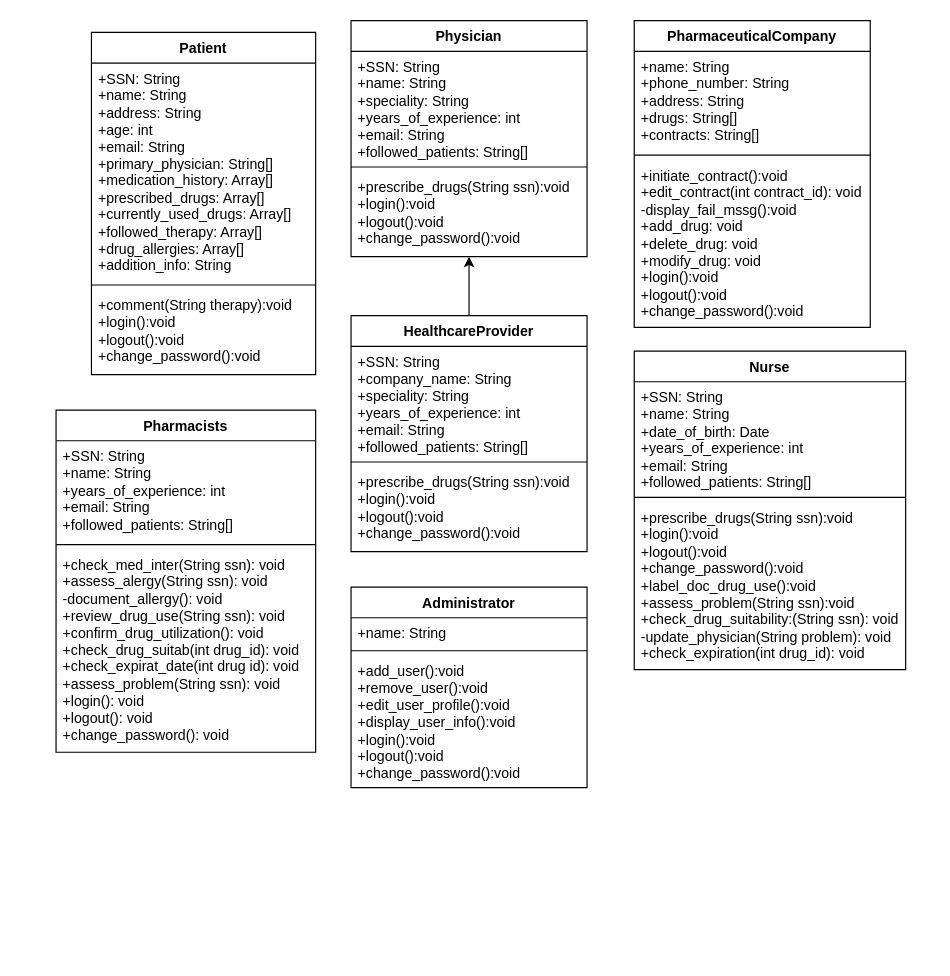
This is 3 Classes UML/classes.drawio from ChrisKabumba/Drug-Dispensing-Tool, a draw.io file, before an edit. Source tidied: cells renumbered, new cells numbered last; positions are measured from the earlier drawing's top-left corner, leaving out a move shared by most shapes. Both pictures are drawn from the tidied source at 118%, with x=0, y=0 at pixel (55, 20).
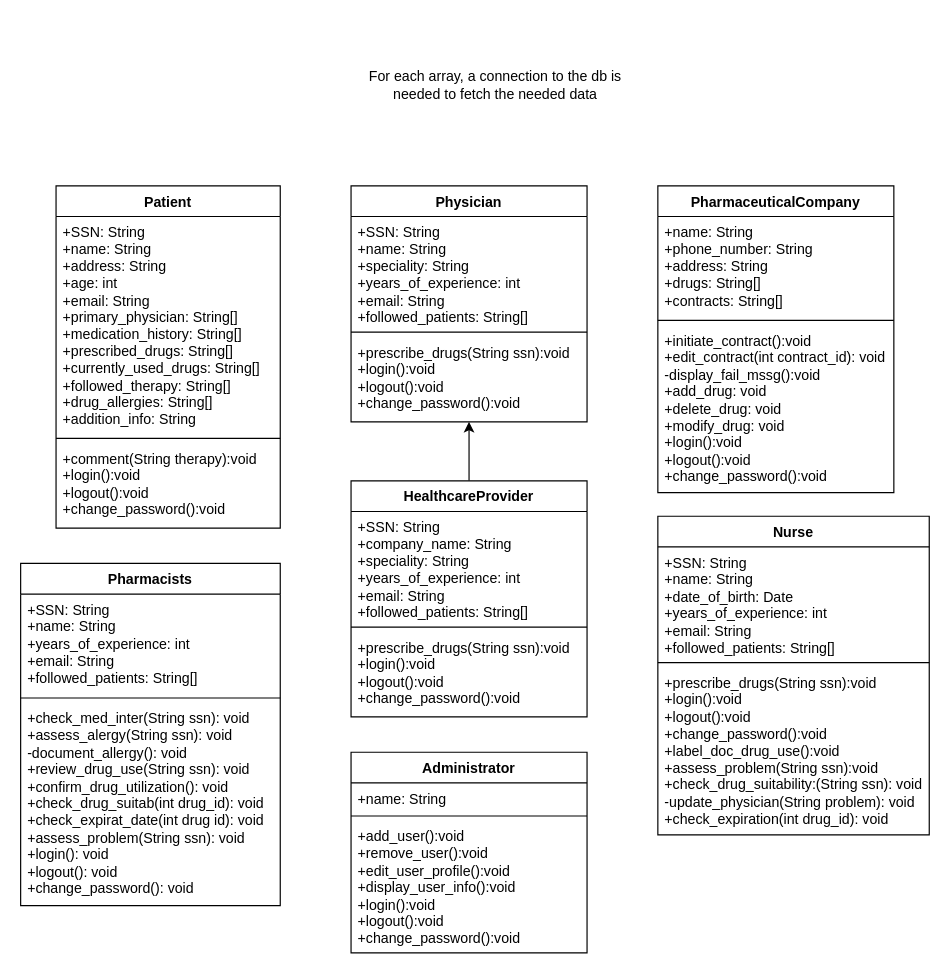
The same page after the edit.

Diff of the diagram source:
```diff
@@
     <mxCell id="2" value="Patient" style="swimlane;fontStyle=1;align=center;verticalAlign=top;horizontal=1;startSize=26;whiteSpace=wrap;html=1;" parent="1" vertex="1">
-      <mxGeometry x="30" y="10" width="190" height="290" as="geometry" />
+      <mxGeometry y="140" width="190" height="290" as="geometry" />
     </mxCell>
-    <mxCell id="3" value="+SSN: String&lt;br&gt;+name: String&lt;br&gt;+address: String&lt;br&gt;+age: int&lt;br&gt;+email: String&lt;br&gt;+primary_physician: String[]&lt;br&gt;+medication_history: Array[]&lt;br&gt;+prescribed_drugs: Array[]&lt;br&gt;+currently_used_drugs: Array[]&lt;br&gt;+followed_therapy: Array[]&lt;br&gt;+drug_allergies: Array[]&lt;br&gt;+addition_info: String&amp;nbsp;" style="text;strokeColor=none;fillColor=none;align=left;verticalAlign=top;spacingLeft=4;spacingRight=4;overflow=hidden;whiteSpace=wrap;html=1;" parent="2" vertex="1">
+    <mxCell id="3" value="+SSN: String&lt;br&gt;+name: String&lt;br&gt;+address: String&lt;br&gt;+age: int&lt;br&gt;+email: String&lt;br&gt;+primary_physician: String[]&lt;br&gt;+medication_history: String[]&lt;br&gt;+prescribed_drugs: String[]&lt;br&gt;+currently_used_drugs: String[]&lt;br&gt;+followed_therapy: String[]&lt;br&gt;+drug_allergies: String[]&lt;br&gt;+addition_info: String&amp;nbsp;" style="text;strokeColor=none;fillColor=none;align=left;verticalAlign=top;spacingLeft=4;spacingRight=4;overflow=hidden;whiteSpace=wrap;html=1;" parent="2" vertex="1">
       <mxGeometry y="26" width="190" height="184" as="geometry" />
     </mxCell>
@@
     <mxCell id="6" value="Physician" style="swimlane;fontStyle=1;align=center;verticalAlign=top;horizontal=1;startSize=26;whiteSpace=wrap;html=1;" parent="1" vertex="1">
-      <mxGeometry x="250" width="200" height="200" as="geometry" />
+      <mxGeometry x="250" y="140" width="200" height="200" as="geometry" />
     </mxCell>
@@
     <mxCell id="10" style="edgeStyle=orthogonalEdgeStyle;rounded=0;jettySize=auto;html=1;exitX=0.5;exitY=0;exitDx=0;exitDy=0;" parent="1" edge="1" source="11">
       <mxGeometry relative="1" as="geometry">
-        <mxPoint x="350" y="200" as="targetPoint" />
+        <mxPoint x="350" y="340" as="targetPoint" />
       </mxGeometry>
     </mxCell>
     <mxCell id="11" value="HealthcareProvider" style="swimlane;fontStyle=1;align=center;verticalAlign=top;horizontal=1;startSize=26;whiteSpace=wrap;html=1;" parent="1" vertex="1">
-      <mxGeometry x="250" y="250" width="200" height="200" as="geometry" />
+      <mxGeometry x="250" y="390" width="200" height="200" as="geometry" />
     </mxCell>
@@
     <mxCell id="15" value="PharmaceuticalCompany" style="swimlane;fontStyle=1;align=center;verticalAlign=top;horizontal=1;startSize=26;whiteSpace=wrap;html=1;" parent="1" vertex="1">
-      <mxGeometry x="490" width="200" height="260" as="geometry" />
+      <mxGeometry x="510" y="140" width="200" height="260" as="geometry" />
     </mxCell>
@@
     <mxCell id="19" value="Nurse" style="swimlane;fontStyle=1;align=center;verticalAlign=top;horizontal=1;startSize=26;whiteSpace=wrap;html=1;" parent="1" vertex="1">
-      <mxGeometry x="490" y="280" width="230" height="270" as="geometry" />
+      <mxGeometry x="510" y="420" width="230" height="270" as="geometry" />
     </mxCell>
@@
     <mxCell id="23" value="Pharmacists" style="swimlane;fontStyle=1;align=center;verticalAlign=top;horizontal=1;startSize=26;whiteSpace=wrap;html=1;" parent="1" vertex="1">
-      <mxGeometry y="330" width="220" height="290" as="geometry" />
+      <mxGeometry x="-30" y="460" width="220" height="290" as="geometry" />
     </mxCell>
@@
     <mxCell id="27" value="Administrator" style="swimlane;fontStyle=1;align=center;verticalAlign=top;horizontal=1;startSize=26;whiteSpace=wrap;html=1;" parent="1" vertex="1">
-      <mxGeometry x="250" y="480" width="200" height="170" as="geometry" />
+      <mxGeometry x="250" y="620" width="200" height="170" as="geometry" />
     </mxCell>
@@
+    <mxCell id="31" value="For each array, a connection to the db is needed to fetch the needed data" style="text;strokeColor=none;align=center;fillColor=none;html=1;verticalAlign=middle;whiteSpace=wrap;rounded=0;" parent="1" vertex="1">
+      <mxGeometry x="250" y="40" width="245" height="30" as="geometry" />
+    </mxCell>
```
